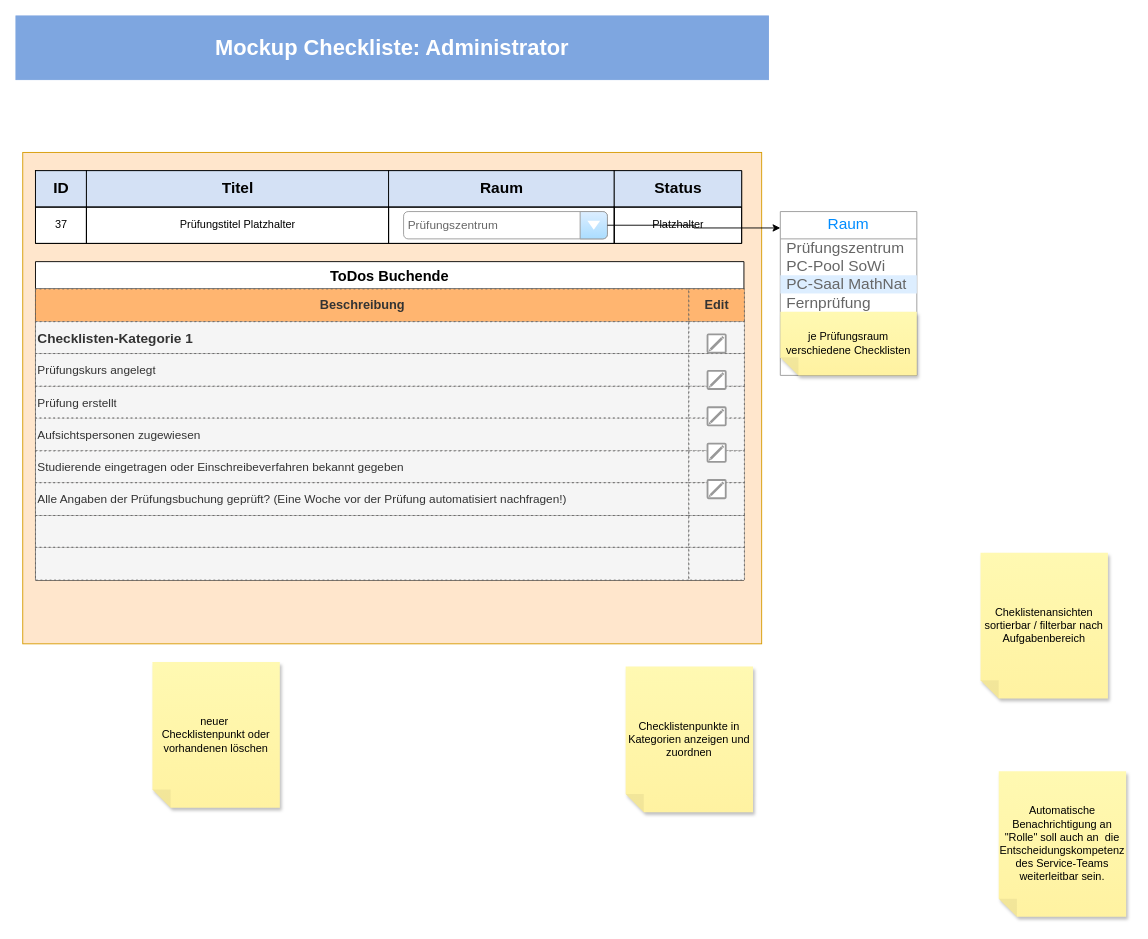
melanietreitinger/buchungstool keeps this draw.io diagram as page "Checkliste" (1 of 2) of Administrator.drawio. Above is the earlier version. Source tidied: cells renumbered, new cells numbered last; positions are measured from the earlier drawing's top-left corner, leaving out a move shared by most shapes. Both pictures are drawn from the tidied source at 91%, with x=0, y=0 at pixel (15, 15).
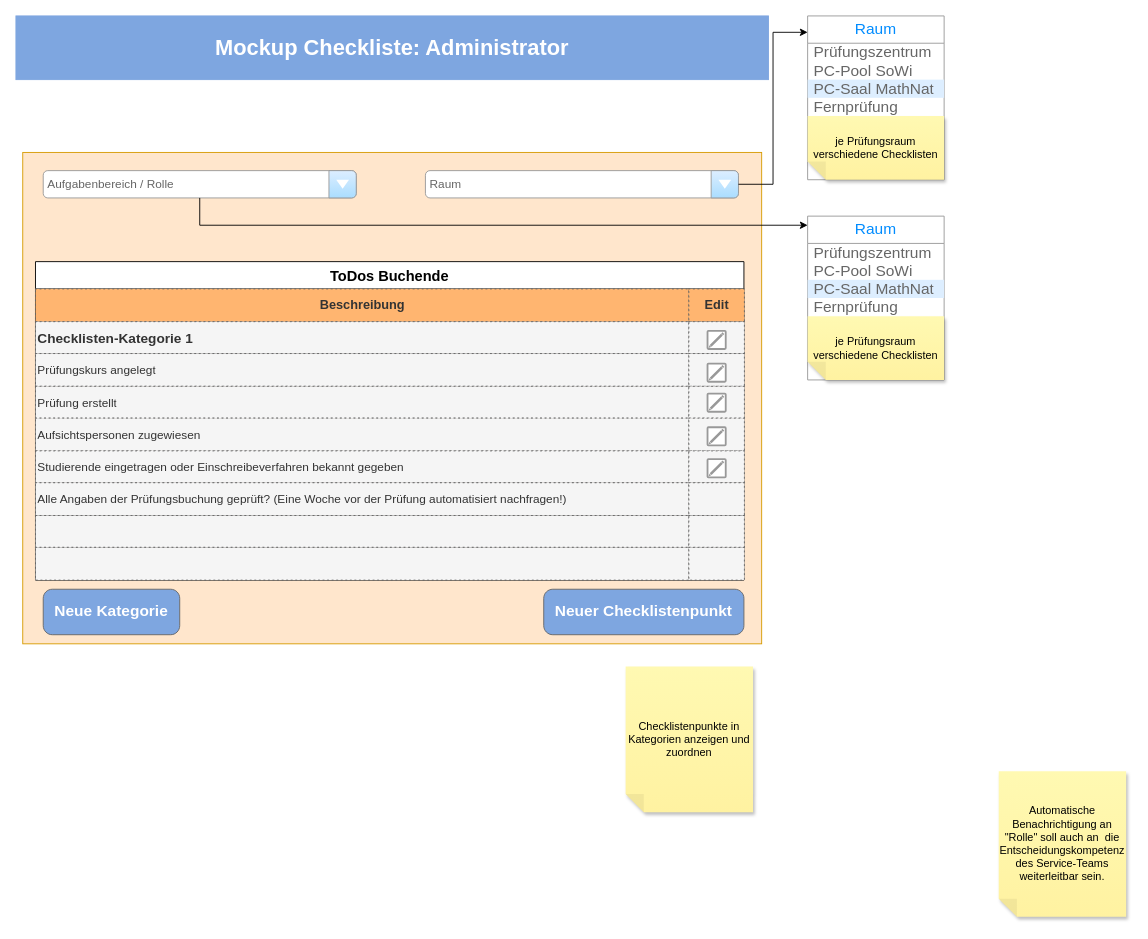
Above is the later version.

Diff of the diagram source:
```diff
@@
-    <mxCell id="4" style="shape=table;startSize=0;childLayout=tableLayout;" parent="1" vertex="1">
-      <mxGeometry x="21.5" y="170" width="776" height="80" as="geometry" />
-    </mxCell>
-    <mxCell id="5" style="shape=tableRow;horizontal=0;startSize=0;swimlaneHead=0;swimlaneBody=0;strokeColor=inherit;top=0;left=0;bottom=0;right=0;fillColor=none;" parent="4" vertex="1">
-      <mxGeometry width="776" height="40" as="geometry" />
-    </mxCell>
-    <mxCell id="6" value="ID" style="shape=partialRectangle;html=1;whiteSpace=wrap;strokeColor=default;overflow=hidden;fillColor=#D4E1F5;top=1;left=1;bottom=1;right=1;fontSize=17;fontStyle=1;labelBorderColor=none;textShadow=0;shadow=0;" parent="5" vertex="1">
-      <mxGeometry width="56" height="40" as="geometry" />
-    </mxCell>
-    <mxCell id="7" value="Titel" style="shape=partialRectangle;html=1;whiteSpace=wrap;strokeColor=default;overflow=hidden;fillColor=#D4E1F5;top=1;left=1;bottom=1;right=1;fontSize=17;fontStyle=1;labelBorderColor=none;textShadow=0;shadow=0;" parent="5" vertex="1">
-      <mxGeometry x="56" width="332" height="40" as="geometry" />
-    </mxCell>
-    <mxCell id="8" value="Raum" style="shape=partialRectangle;html=1;whiteSpace=wrap;strokeColor=default;overflow=hidden;fillColor=#D4E1F5;top=1;left=1;bottom=1;right=1;fontSize=17;fontStyle=1;labelBorderColor=none;textShadow=0;shadow=0;" parent="5" vertex="1">
-      <mxGeometry x="388" width="248" height="40" as="geometry" />
-    </mxCell>
-    <mxCell id="9" value="Status" style="shape=partialRectangle;html=1;whiteSpace=wrap;strokeColor=default;overflow=hidden;fillColor=#D4E1F5;top=1;left=1;bottom=1;right=1;fontSize=17;fontStyle=1;labelBorderColor=none;textShadow=0;shadow=0;" parent="5" vertex="1">
-      <mxGeometry x="636" width="140" height="40" as="geometry" />
-    </mxCell>
-    <mxCell id="10" style="shape=tableRow;horizontal=0;startSize=0;swimlaneHead=0;swimlaneBody=0;strokeColor=default;top=0;left=0;bottom=0;right=0;fillColor=none;" parent="4" vertex="1">
-      <mxGeometry y="40" width="776" height="40" as="geometry" />
-    </mxCell>
-    <mxCell id="11" value="37" style="shape=partialRectangle;html=1;whiteSpace=wrap;strokeColor=default;overflow=hidden;fillColor=none;top=1;left=1;bottom=1;right=1;" parent="10" vertex="1">
-      <mxGeometry width="56" height="40" as="geometry" />
-    </mxCell>
-    <mxCell id="12" value="Prüfungstitel Platzhalter" style="shape=partialRectangle;html=1;whiteSpace=wrap;strokeColor=default;overflow=hidden;fillColor=none;top=1;left=1;bottom=1;right=1;" parent="10" vertex="1">
-      <mxGeometry x="56" width="332" height="40" as="geometry" />
-    </mxCell>
-    <mxCell id="13" style="shape=partialRectangle;html=1;whiteSpace=wrap;strokeColor=default;overflow=hidden;fillColor=none;top=1;left=1;bottom=1;right=1;" parent="10" vertex="1">
-      <mxGeometry x="388" width="248" height="40" as="geometry" />
-    </mxCell>
-    <mxCell id="14" value="Platzhalter" style="shape=partialRectangle;html=1;whiteSpace=wrap;strokeColor=default;overflow=hidden;fillColor=none;top=1;left=1;bottom=1;right=1;" parent="10" vertex="1">
-      <mxGeometry x="636" width="140" height="40" as="geometry" />
-    </mxCell>
@@
     <mxCell id="43" style="strokeColor=#999999;verticalLabelPosition=bottom;shadow=0;dashed=0;verticalAlign=top;strokeWidth=2;html=1;shape=mxgraph.mockup.misc.editIcon;rotation=0;" parent="1" vertex="1">
-      <mxGeometry x="760" y="510" width="20" height="20" as="geometry" />
+      <mxGeometry x="760" y="487" width="20" height="20" as="geometry" />
     </mxCell>
     <mxCell id="44" style="strokeColor=#999999;verticalLabelPosition=bottom;shadow=0;dashed=0;verticalAlign=top;strokeWidth=2;html=1;shape=mxgraph.mockup.misc.editIcon;rotation=0;" parent="1" vertex="1">
-      <mxGeometry x="760" y="470" width="20" height="20" as="geometry" />
+      <mxGeometry x="760" y="452" width="20" height="20" as="geometry" />
     </mxCell>
     <mxCell id="45" style="strokeColor=#999999;verticalLabelPosition=bottom;shadow=0;dashed=0;verticalAlign=top;strokeWidth=2;html=1;shape=mxgraph.mockup.misc.editIcon;rotation=0;" parent="1" vertex="1">
-      <mxGeometry x="760" y="430" width="20" height="20" as="geometry" />
+      <mxGeometry x="760" y="415" width="20" height="20" as="geometry" />
     </mxCell>
     <mxCell id="46" style="strokeColor=#999999;verticalLabelPosition=bottom;shadow=0;dashed=0;verticalAlign=top;strokeWidth=2;html=1;shape=mxgraph.mockup.misc.editIcon;rotation=0;" parent="1" vertex="1">
-      <mxGeometry x="760" y="390" width="20" height="20" as="geometry" />
+      <mxGeometry x="760" y="382" width="20" height="20" as="geometry" />
     </mxCell>
     <mxCell id="47" style="strokeColor=#999999;verticalLabelPosition=bottom;shadow=0;dashed=0;verticalAlign=top;strokeWidth=2;html=1;shape=mxgraph.mockup.misc.editIcon;rotation=0;" parent="1" vertex="1">
-      <mxGeometry x="760" y="350" width="20" height="20" as="geometry" />
+      <mxGeometry x="760" y="346" width="20" height="20" as="geometry" />
     </mxCell>
@@
-    <mxCell id="49" value="neuer&amp;nbsp;&lt;div&gt;Checklistenpunkt oder vorhandenen löschen&lt;/div&gt;" style="shape=note;whiteSpace=wrap;html=1;backgroundOutline=1;fontColor=#000000;darkOpacity=0.05;fillColor=#FFF9B2;strokeColor=none;fillStyle=solid;direction=west;gradientDirection=north;gradientColor=#FFF2A1;shadow=1;size=20;" parent="1" vertex="1">
-      <mxGeometry x="150" y="710" width="140" height="160" as="geometry" />
-    </mxCell>
-    <mxCell id="50" value="Cheklistenansichten sortierbar / filterbar nach Aufgabenbereich" style="shape=note;whiteSpace=wrap;html=1;backgroundOutline=1;fontColor=#000000;darkOpacity=0.05;fillColor=#FFF9B2;strokeColor=none;fillStyle=solid;direction=west;gradientDirection=north;gradientColor=#FFF2A1;shadow=1;size=20;" parent="1" vertex="1">
-      <mxGeometry x="1060" y="590" width="140" height="160" as="geometry" />
-    </mxCell>
@@
-    <mxCell id="52" value="&lt;font style=&quot;font-size: 13px;&quot;&gt;Prüfungszentrum&lt;/font&gt;" style="strokeWidth=1;shadow=0;dashed=0;align=center;html=1;shape=mxgraph.mockup.forms.comboBox;strokeColor=#999999;fillColor=#ddeeff;align=left;fillColor2=#aaddff;mainText=;fontColor=#666666;fontSize=17;spacingLeft=3;" parent="1" vertex="1">
-      <mxGeometry x="426" y="215" width="224" height="30" as="geometry" />
+    <mxCell id="52" value="&lt;font style=&quot;font-size: 13px;&quot;&gt;Raum&lt;/font&gt;" style="strokeWidth=1;shadow=0;dashed=0;align=center;html=1;shape=mxgraph.mockup.forms.comboBox;strokeColor=#999999;fillColor=#ddeeff;align=left;fillColor2=#aaddff;mainText=;fontColor=#666666;fontSize=17;spacingLeft=3;" parent="1" vertex="1">
+      <mxGeometry x="450" y="170" width="344" height="30" as="geometry" />
     </mxCell>
-    <mxCell id="53" value="Raum" style="swimlane;strokeColor=#999999;swimlaneFillColor=#FFFFFF;fillColor=#ffffff;fontColor=#008CFF;fontStyle=0;horizontal=1;startSize=30;whiteSpace=wrap;html=1;fontSize=17;" parent="1" vertex="1">
-      <mxGeometry x="840" y="215" width="150" height="180" as="geometry" />
-    </mxCell>
-    <mxCell id="54" value="Prüfungszentrum" style="text;spacing=0;strokeColor=none;align=left;verticalAlign=middle;spacingLeft=7;spacingRight=10;overflow=hidden;whiteSpace=wrap;html=1;fillColor=none;fontColor=#666666;fontSize=17;" parent="53" vertex="1">
-      <mxGeometry y="30" width="150" height="20" as="geometry" />
-    </mxCell>
-    <mxCell id="55" value="PC-Pool SoWi" style="text;spacing=0;strokeColor=none;align=left;verticalAlign=middle;spacingLeft=7;spacingRight=10;overflow=hidden;whiteSpace=wrap;html=1;rSize=5;fillColor=none;fontColor=#666666;fontSize=17;" parent="53" vertex="1">
-      <mxGeometry y="50" width="150" height="20" as="geometry" />
-    </mxCell>
-    <mxCell id="56" value="PC-Saal MathNat" style="text;spacing=0;strokeColor=none;align=left;verticalAlign=middle;spacingLeft=7;spacingRight=10;overflow=hidden;whiteSpace=wrap;html=1;rSize=5;fillColor=#DDEEFF;fontColor=#666666;fontSize=17;" parent="53" vertex="1">
-      <mxGeometry y="70" width="150" height="20" as="geometry" />
-    </mxCell>
-    <mxCell id="57" value="Fernprüfung" style="text;spacing=0;strokeColor=none;align=left;verticalAlign=middle;spacingLeft=7;spacingRight=10;overflow=hidden;whiteSpace=wrap;html=1;fillColor=none;fontColor=#666666;fontSize=17;" parent="53" vertex="1">
-      <mxGeometry y="90" width="150" height="20" as="geometry" />
-    </mxCell>
-    <mxCell id="58" value="je Prüfungsraum verschiedene Checklisten" style="shape=note;whiteSpace=wrap;html=1;backgroundOutline=1;fontColor=#000000;darkOpacity=0.05;fillColor=#FFF9B2;strokeColor=none;fillStyle=solid;direction=west;gradientDirection=north;gradientColor=#FFF2A1;shadow=1;size=20;" parent="53" vertex="1">
-      <mxGeometry y="110" width="150" height="70" as="geometry" />
-    </mxCell>
-    <mxCell id="59" style="edgeStyle=orthogonalEdgeStyle;rounded=0;jettySize=auto;html=1;entryX=0;entryY=0.1;entryDx=0;entryDy=0;entryPerimeter=0;" parent="1" edge="1" source="52" target="53">
-      <mxGeometry relative="1" as="geometry" />
-    </mxCell>
+    <mxCell id="60" value="Neue Kategorie" style="strokeWidth=1;shadow=0;dashed=0;align=center;html=1;shape=mxgraph.mockup.buttons.button;strokeColor=#666666;fontColor=#ffffff;mainText=;buttonStyle=round;fontSize=17;fontStyle=1;fillColor=#7EA6E0;whiteSpace=wrap;" parent="1" vertex="1">
+      <mxGeometry x="30" y="630" width="150" height="50" as="geometry" />
+    </mxCell>
+    <mxCell id="61" value="Neuer Checklistenpunkt" style="strokeWidth=1;shadow=0;dashed=0;align=center;html=1;shape=mxgraph.mockup.buttons.button;strokeColor=#666666;fontColor=#ffffff;mainText=;buttonStyle=round;fontSize=17;fontStyle=1;fillColor=#7EA6E0;whiteSpace=wrap;" parent="1" vertex="1">
+      <mxGeometry x="580" y="630" width="220" height="50" as="geometry" />
+    </mxCell>
+    <mxCell id="62" parent="0" />
+    <mxCell id="63" value="Raum" style="swimlane;strokeColor=#999999;swimlaneFillColor=#FFFFFF;fillColor=#ffffff;fontColor=#008CFF;fontStyle=0;horizontal=1;startSize=30;whiteSpace=wrap;html=1;fontSize=17;" parent="62" vertex="1">
+      <mxGeometry x="870" width="150" height="180" as="geometry" />
+    </mxCell>
+    <mxCell id="64" value="Prüfungszentrum" style="text;spacing=0;strokeColor=none;align=left;verticalAlign=middle;spacingLeft=7;spacingRight=10;overflow=hidden;whiteSpace=wrap;html=1;fillColor=none;fontColor=#666666;fontSize=17;" parent="63" vertex="1">
+      <mxGeometry y="30" width="150" height="20" as="geometry" />
+    </mxCell>
+    <mxCell id="65" value="PC-Pool SoWi" style="text;spacing=0;strokeColor=none;align=left;verticalAlign=middle;spacingLeft=7;spacingRight=10;overflow=hidden;whiteSpace=wrap;html=1;rSize=5;fillColor=none;fontColor=#666666;fontSize=17;" parent="63" vertex="1">
+      <mxGeometry y="50" width="150" height="20" as="geometry" />
+    </mxCell>
+    <mxCell id="66" value="PC-Saal MathNat" style="text;spacing=0;strokeColor=none;align=left;verticalAlign=middle;spacingLeft=7;spacingRight=10;overflow=hidden;whiteSpace=wrap;html=1;rSize=5;fillColor=#DDEEFF;fontColor=#666666;fontSize=17;" parent="63" vertex="1">
+      <mxGeometry y="70" width="150" height="20" as="geometry" />
+    </mxCell>
+    <mxCell id="67" value="Fernprüfung" style="text;spacing=0;strokeColor=none;align=left;verticalAlign=middle;spacingLeft=7;spacingRight=10;overflow=hidden;whiteSpace=wrap;html=1;fillColor=none;fontColor=#666666;fontSize=17;" parent="63" vertex="1">
+      <mxGeometry y="90" width="150" height="20" as="geometry" />
+    </mxCell>
+    <mxCell id="68" value="je Prüfungsraum verschiedene Checklisten" style="shape=note;whiteSpace=wrap;html=1;backgroundOutline=1;fontColor=#000000;darkOpacity=0.05;fillColor=#FFF9B2;strokeColor=none;fillStyle=solid;direction=west;gradientDirection=north;gradientColor=#FFF2A1;shadow=1;size=20;" parent="63" vertex="1">
+      <mxGeometry y="110" width="150" height="70" as="geometry" />
+    </mxCell>
+    <mxCell id="69" style="edgeStyle=orthogonalEdgeStyle;rounded=0;jettySize=auto;html=1;entryX=0;entryY=0.1;entryDx=0;entryDy=0;entryPerimeter=0;" parent="62" edge="1" source="52" target="63">
+      <mxGeometry relative="1" as="geometry" />
+    </mxCell>
+    <mxCell id="70" value="&lt;font style=&quot;font-size: 13px;&quot;&gt;Aufgabenbereich / Rolle&lt;/font&gt;" style="strokeWidth=1;shadow=0;dashed=0;align=center;html=1;shape=mxgraph.mockup.forms.comboBox;strokeColor=#999999;fillColor=#ddeeff;align=left;fillColor2=#aaddff;mainText=;fontColor=#666666;fontSize=17;spacingLeft=3;" parent="62" vertex="1">
+      <mxGeometry x="30" y="170" width="344" height="30" as="geometry" />
+    </mxCell>
+    <mxCell id="71" value="Raum" style="swimlane;strokeColor=#999999;swimlaneFillColor=#FFFFFF;fillColor=#ffffff;fontColor=#008CFF;fontStyle=0;horizontal=1;startSize=30;whiteSpace=wrap;html=1;fontSize=17;" parent="62" vertex="1">
+      <mxGeometry x="870" y="220" width="150" height="180" as="geometry" />
+    </mxCell>
+    <mxCell id="72" value="Prüfungszentrum" style="text;spacing=0;strokeColor=none;align=left;verticalAlign=middle;spacingLeft=7;spacingRight=10;overflow=hidden;whiteSpace=wrap;html=1;fillColor=none;fontColor=#666666;fontSize=17;" parent="71" vertex="1">
+      <mxGeometry y="30" width="150" height="20" as="geometry" />
+    </mxCell>
+    <mxCell id="73" value="PC-Pool SoWi" style="text;spacing=0;strokeColor=none;align=left;verticalAlign=middle;spacingLeft=7;spacingRight=10;overflow=hidden;whiteSpace=wrap;html=1;rSize=5;fillColor=none;fontColor=#666666;fontSize=17;" parent="71" vertex="1">
+      <mxGeometry y="50" width="150" height="20" as="geometry" />
+    </mxCell>
+    <mxCell id="74" value="PC-Saal MathNat" style="text;spacing=0;strokeColor=none;align=left;verticalAlign=middle;spacingLeft=7;spacingRight=10;overflow=hidden;whiteSpace=wrap;html=1;rSize=5;fillColor=#DDEEFF;fontColor=#666666;fontSize=17;" parent="71" vertex="1">
+      <mxGeometry y="70" width="150" height="20" as="geometry" />
+    </mxCell>
+    <mxCell id="75" value="Fernprüfung" style="text;spacing=0;strokeColor=none;align=left;verticalAlign=middle;spacingLeft=7;spacingRight=10;overflow=hidden;whiteSpace=wrap;html=1;fillColor=none;fontColor=#666666;fontSize=17;" parent="71" vertex="1">
+      <mxGeometry y="90" width="150" height="20" as="geometry" />
+    </mxCell>
+    <mxCell id="76" value="je Prüfungsraum verschiedene Checklisten" style="shape=note;whiteSpace=wrap;html=1;backgroundOutline=1;fontColor=#000000;darkOpacity=0.05;fillColor=#FFF9B2;strokeColor=none;fillStyle=solid;direction=west;gradientDirection=north;gradientColor=#FFF2A1;shadow=1;size=20;" parent="71" vertex="1">
+      <mxGeometry y="110" width="150" height="70" as="geometry" />
+    </mxCell>
+    <mxCell id="77" style="rounded=0;jettySize=auto;html=1;edgeStyle=orthogonalEdgeStyle;" parent="62" edge="1" source="70" target="71">
+      <mxGeometry relative="1" as="geometry">
+        <Array as="points">
+          <mxPoint x="202" y="230" />
+        </Array>
+      </mxGeometry>
+    </mxCell>
```
